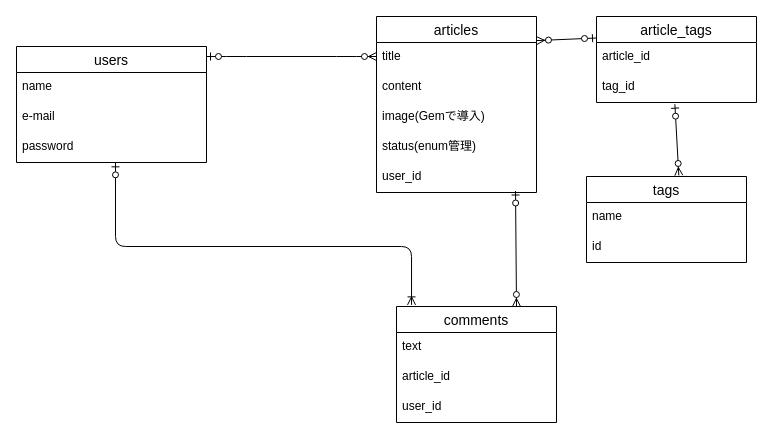
Earlier version of the draw.io diagram article_growth.drawio (sunatoru/article-growth). Source tidied: cells renumbered, new cells numbered last; positions are measured from the earlier drawing's top-left corner, leaving out a move shared by most shapes. Both pictures are drawn from the tidied source at 100%, with x=0, y=0 at pixel (16, 16).
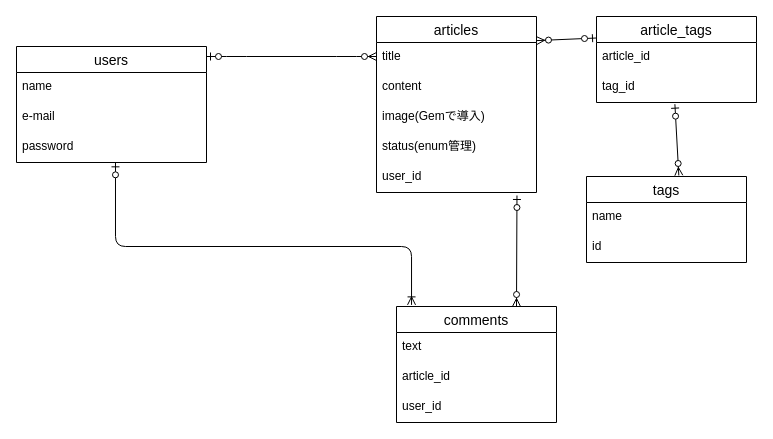
Above is the later version.

Unchanged cells that the change refers to:
```xml
<mxCell id="11" value="user_id" style="text;strokeColor=none;fillColor=none;spacingLeft=4;spacingRight=4;overflow=hidden;points=[[0,0.5],[1,0.5]];portConstraint=eastwest;fontSize=12;" parent="6" vertex="1">
  <mxGeometry y="146" width="160" height="30" as="geometry" />
</mxCell>
<mxCell id="12" value="comments" style="swimlane;fontStyle=0;horizontal=1;startSize=26;align=center;fontSize=14;" parent="1" vertex="1">
  <mxGeometry x="380" y="290" width="160" height="116" as="geometry" />
</mxCell>
```

The edit, as a diff of the source:
```diff
@@
-    <mxCell id="17" style="fontSize=12;html=1;endArrow=ERzeroToMany;startArrow=ERzeroToOne;elbow=vertical;entryX=0.75;entryY=0;entryDx=0;entryDy=0;exitX=0.869;exitY=0.95;exitDx=0;exitDy=0;exitPerimeter=0;" parent="1" edge="1" source="11" target="12">
+    <mxCell id="17" style="fontSize=12;html=1;endArrow=ERzeroToMany;startArrow=ERzeroToOne;elbow=vertical;entryX=0.75;entryY=0;entryDx=0;entryDy=0;exitX=0.878;exitY=1.1;exitDx=0;exitDy=0;exitPerimeter=0;" parent="1" edge="1" source="11" target="12">
       <mxGeometry relative="1" as="geometry" />
     </mxCell>
```
